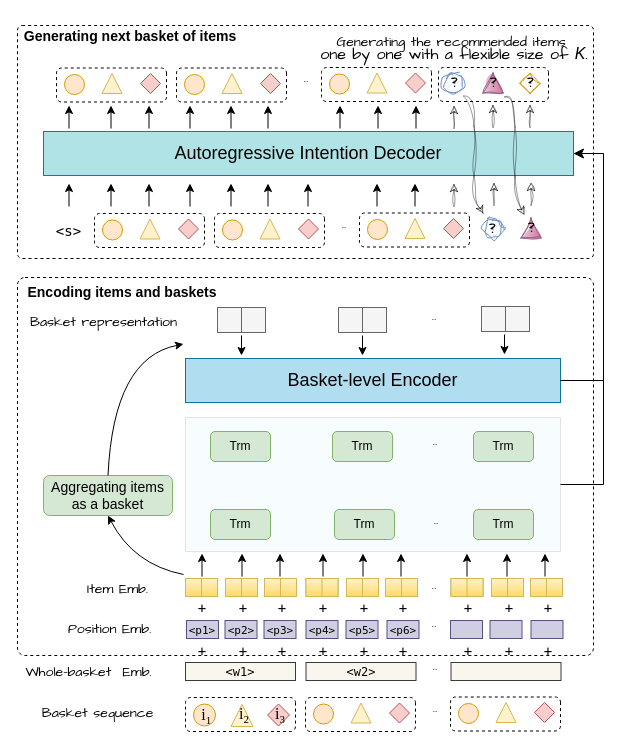
The draw.io diagram architect.drawio in wenqisun/data, before the edit. Source tidied: cells renumbered, new cells numbered last; positions are measured from the earlier drawing's top-left corner, leaving out a move shared by most shapes. Both pictures are drawn from the tidied source at 100%, with x=0, y=0 at pixel (17, 17).
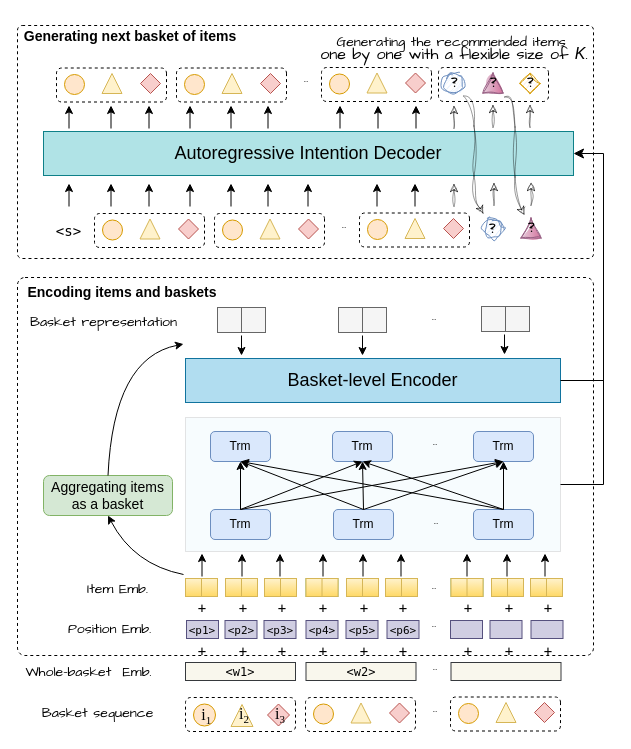
After the change.

Change to the diagram source:
```diff
@@
-    <mxCell id="174" value="Trm" style="rounded=1;whiteSpace=wrap;html=1;fillColor=#d5e8d4;strokeColor=#82b366;" parent="1" vertex="1">
+    <mxCell id="174" value="Trm" style="rounded=1;whiteSpace=wrap;html=1;fillColor=#dae8fc;strokeColor=#6c8ebf;" parent="1" vertex="1">
       <mxGeometry x="193" y="414" width="60" height="30" as="geometry" />
     </mxCell>
-    <mxCell id="175" value="Trm" style="rounded=1;whiteSpace=wrap;html=1;fillColor=#d5e8d4;strokeColor=#82b366;" parent="1" vertex="1">
+    <mxCell id="175" value="Trm" style="rounded=1;whiteSpace=wrap;html=1;fillColor=#dae8fc;strokeColor=#6c8ebf;" parent="1" vertex="1">
       <mxGeometry x="315" y="414" width="60" height="30" as="geometry" />
     </mxCell>
-    <mxCell id="176" value="Trm" style="rounded=1;whiteSpace=wrap;html=1;fillColor=#d5e8d4;strokeColor=#82b366;" parent="1" vertex="1">
+    <mxCell id="176" value="Trm" style="rounded=1;whiteSpace=wrap;html=1;fillColor=#dae8fc;strokeColor=#6c8ebf;" parent="1" vertex="1">
       <mxGeometry x="456" y="414" width="60" height="30" as="geometry" />
     </mxCell>
-    <mxCell id="177" value="Trm" style="rounded=1;whiteSpace=wrap;html=1;fillColor=#d5e8d4;strokeColor=#82b366;" parent="1" vertex="1">
+    <mxCell id="177" value="Trm" style="rounded=1;whiteSpace=wrap;html=1;fillColor=#dae8fc;strokeColor=#6c8ebf;" parent="1" vertex="1">
       <mxGeometry x="193" y="492" width="60" height="30" as="geometry" />
     </mxCell>
-    <mxCell id="178" value="Trm" style="rounded=1;whiteSpace=wrap;html=1;fillColor=#d5e8d4;strokeColor=#82b366;" parent="1" vertex="1">
-      <mxGeometry x="317" y="492" width="60" height="30" as="geometry" />
+    <mxCell id="178" value="Trm" style="rounded=1;whiteSpace=wrap;html=1;fillColor=#dae8fc;strokeColor=#6c8ebf;" parent="1" vertex="1">
+      <mxGeometry x="316" y="492" width="60" height="30" as="geometry" />
     </mxCell>
-    <mxCell id="179" value="Trm" style="rounded=1;whiteSpace=wrap;html=1;fillColor=#d5e8d4;strokeColor=#82b366;" parent="1" vertex="1">
+    <mxCell id="179" value="Trm" style="rounded=1;whiteSpace=wrap;html=1;fillColor=#dae8fc;strokeColor=#6c8ebf;" parent="1" vertex="1">
       <mxGeometry x="456" y="492" width="60" height="30" as="geometry" />
     </mxCell>
@@
+    <mxCell id="182" style="endArrow=classic;html=1;rounded=0;entryX=0.5;entryY=1;entryDx=0;entryDy=0;" parent="1" edge="1" source="177" target="174">
+      <mxGeometry relative="1" as="geometry" />
+    </mxCell>
+    <mxCell id="183" style="endArrow=classic;html=1;rounded=0;entryX=0.5;entryY=1;entryDx=0;entryDy=0;exitX=0.5;exitY=0;exitDx=0;exitDy=0;" parent="1" edge="1" source="177" target="175">
+      <mxGeometry relative="1" as="geometry" />
+    </mxCell>
+    <mxCell id="184" style="endArrow=classic;html=1;rounded=0;entryX=0.5;entryY=1;entryDx=0;entryDy=0;exitX=0.5;exitY=0;exitDx=0;exitDy=0;" parent="1" edge="1" source="178" target="175">
+      <mxGeometry relative="1" as="geometry" />
+    </mxCell>
+    <mxCell id="185" style="endArrow=classic;html=1;rounded=0;entryX=0.5;entryY=1;entryDx=0;entryDy=0;exitX=0.5;exitY=0;exitDx=0;exitDy=0;" parent="1" edge="1" source="178" target="176">
+      <mxGeometry relative="1" as="geometry" />
+    </mxCell>
+    <mxCell id="186" style="endArrow=classic;html=1;rounded=0;entryX=0.5;entryY=1;entryDx=0;entryDy=0;" parent="1" edge="1" source="179" target="176">
+      <mxGeometry relative="1" as="geometry" />
+    </mxCell>
+    <mxCell id="187" style="endArrow=classic;html=1;rounded=0;entryX=0.5;entryY=1;entryDx=0;entryDy=0;exitX=0.5;exitY=0;exitDx=0;exitDy=0;" parent="1" edge="1" source="177" target="176">
+      <mxGeometry relative="1" as="geometry" />
+    </mxCell>
+    <mxCell id="188" style="endArrow=classic;html=1;rounded=0;entryX=0.5;entryY=1;entryDx=0;entryDy=0;exitX=0.5;exitY=0;exitDx=0;exitDy=0;" parent="1" edge="1" source="178" target="174">
+      <mxGeometry relative="1" as="geometry" />
+    </mxCell>
+    <mxCell id="189" style="endArrow=classic;html=1;rounded=0;entryX=0.5;entryY=1;entryDx=0;entryDy=0;exitX=0.5;exitY=0;exitDx=0;exitDy=0;" parent="1" edge="1" source="179" target="175">
+      <mxGeometry relative="1" as="geometry" />
+    </mxCell>
+    <mxCell id="190" style="endArrow=classic;html=1;rounded=0;entryX=0.5;entryY=1;entryDx=0;entryDy=0;exitX=0.5;exitY=0;exitDx=0;exitDy=0;" parent="1" edge="1" source="179" target="174">
+      <mxGeometry relative="1" as="geometry" />
+    </mxCell>
```
